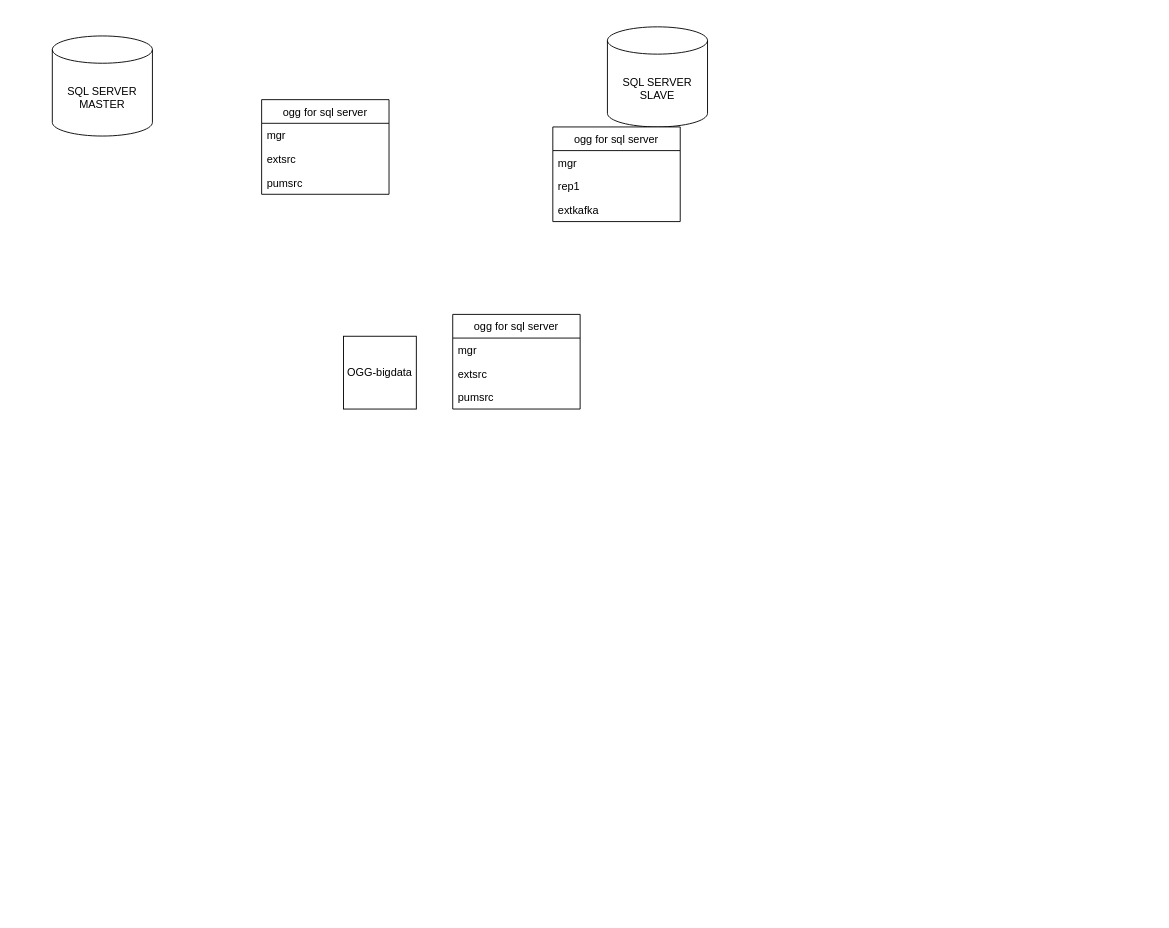
LeonRhapsody/draw.io keeps this draw.io diagram as Untitled Diagram.drawio. Above is the earlier version. Source tidied: cells renumbered, new cells numbered last; positions are measured from the earlier drawing's top-left corner, leaving out a move shared by most shapes. Both pictures are drawn from the tidied source at 91%, with x=0, y=0 at pixel (52, 26).
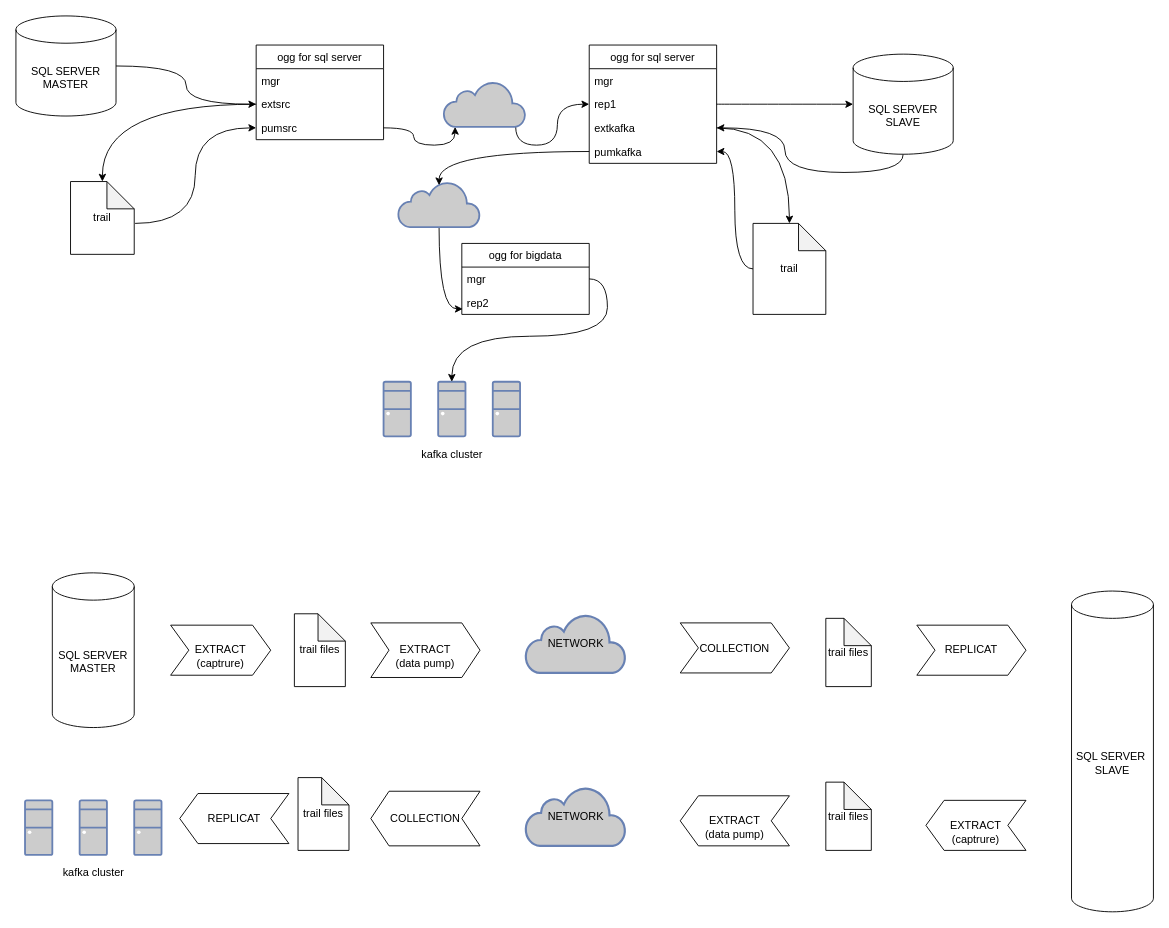
After the change.

The change refers to these unchanged cells:
```xml
<mxCell id="7" value="extsrc" style="text;strokeColor=none;fillColor=none;align=left;verticalAlign=top;spacingLeft=4;spacingRight=4;overflow=hidden;points=[[0,0.5],[1,0.5]];portConstraint=eastwest;" parent="5" vertex="1">
  <mxGeometry y="52" width="140" height="26" as="geometry" />
</mxCell>
<mxCell id="8" value="pumsrc" style="text;strokeColor=none;fillColor=none;align=left;verticalAlign=top;spacingLeft=4;spacingRight=4;overflow=hidden;points=[[0,0.5],[1,0.5]];portConstraint=eastwest;" parent="5" vertex="1">
  <mxGeometry y="78" width="140" height="26" as="geometry" />
</mxCell>
<mxCell id="11" value="rep1" style="text;strokeColor=none;fillColor=none;align=left;verticalAlign=top;spacingLeft=4;spacingRight=4;overflow=hidden;points=[[0,0.5],[1,0.5]];portConstraint=eastwest;" parent="9" vertex="1">
  <mxGeometry y="52" width="140" height="26" as="geometry" />
</mxCell>
<mxCell id="12" value="extkafka&#10;" style="text;strokeColor=none;fillColor=none;align=left;verticalAlign=top;spacingLeft=4;spacingRight=4;overflow=hidden;points=[[0,0.5],[1,0.5]];portConstraint=eastwest;" parent="9" vertex="1">
  <mxGeometry y="78" width="140" height="26" as="geometry" />
</mxCell>
<mxCell id="14" value="mgr" style="text;strokeColor=none;fillColor=none;align=left;verticalAlign=top;spacingLeft=4;spacingRight=4;overflow=hidden;points=[[0,0.5],[1,0.5]];portConstraint=eastwest;" parent="13" vertex="1">
  <mxGeometry y="26" width="140" height="26" as="geometry" />
</mxCell>
```

The edit, as a diff of the source:
```diff
@@
+    <mxCell id="17" style="edgeStyle=orthogonalEdgeStyle;curved=1;rounded=0;jettySize=auto;html=1;exitX=1;exitY=0.5;exitDx=0;exitDy=0;exitPerimeter=0;entryX=0;entryY=0.5;entryDx=0;entryDy=0;" parent="1" edge="1" source="2" target="7">
+      <mxGeometry relative="1" as="geometry" />
+    </mxCell>
     <mxCell id="2" value="&lt;span&gt;SQL SERVER MASTER&lt;/span&gt;" style="shape=cylinder3;whiteSpace=wrap;html=1;boundedLbl=1;backgroundOutline=1;size=15;" parent="1" vertex="1">
-      <mxGeometry y="10" width="110" height="110" as="geometry" />
+      <mxGeometry x="-40" y="-12" width="110" height="110" as="geometry" />
     </mxCell>
+    <mxCell id="18" style="edgeStyle=orthogonalEdgeStyle;curved=1;rounded=0;jettySize=auto;html=1;exitX=0.5;exitY=1;exitDx=0;exitDy=0;exitPerimeter=0;" parent="1" edge="1" source="3" target="12">
+      <mxGeometry relative="1" as="geometry" />
+    </mxCell>
     <mxCell id="3" value="&lt;span&gt;SQL SERVER SLAVE&lt;/span&gt;" style="shape=cylinder3;whiteSpace=wrap;html=1;boundedLbl=1;backgroundOutline=1;size=15;" parent="1" vertex="1">
-      <mxGeometry x="610" width="110" height="110" as="geometry" />
+      <mxGeometry x="880" y="30" width="110" height="110" as="geometry" />
     </mxCell>
-    <mxCell id="4" value="OGG-bigdata" style="whiteSpace=wrap;html=1;" parent="1" vertex="1">
-      <mxGeometry x="320" y="340" width="80" height="80" as="geometry" />
-    </mxCell>
     <mxCell id="5" value="ogg for sql server" style="swimlane;fontStyle=0;horizontal=1;startSize=26;" parent="1" vertex="1">
-      <mxGeometry x="230" y="80" width="140" height="104" as="geometry" />
+      <mxGeometry x="224" y="20" width="140" height="104" as="geometry" />
     </mxCell>
@@
     <mxCell id="9" value="ogg for sql server" style="swimlane;fontStyle=0;horizontal=1;startSize=26;" parent="1" vertex="1">
-      <mxGeometry x="550" y="110" width="140" height="104" as="geometry" />
+      <mxGeometry x="590" y="20" width="140" height="130" as="geometry" />
     </mxCell>
@@
+    <mxCell id="19" value="pumkafka" style="text;strokeColor=none;fillColor=none;align=left;verticalAlign=top;spacingLeft=4;spacingRight=4;overflow=hidden;points=[[0,0.5],[1,0.5]];portConstraint=eastwest;" parent="9" vertex="1">
+      <mxGeometry y="104" width="140" height="26" as="geometry" />
+    </mxCell>
-    <mxCell id="13" value="ogg for sql server" style="swimlane;fontStyle=0;horizontal=1;startSize=26;" parent="1" vertex="1">
-      <mxGeometry x="440" y="316" width="140" height="104" as="geometry" />
+    <mxCell id="13" value="ogg for bigdata" style="swimlane;fontStyle=0;horizontal=1;startSize=26;" parent="1" vertex="1">
+      <mxGeometry x="450" y="238" width="140" height="78" as="geometry" />
     </mxCell>
@@
-    <mxCell id="15" value="extsrc" style="text;strokeColor=none;fillColor=none;align=left;verticalAlign=top;spacingLeft=4;spacingRight=4;overflow=hidden;points=[[0,0.5],[1,0.5]];portConstraint=eastwest;" parent="13" vertex="1">
+    <mxCell id="15" value="rep2" style="text;strokeColor=none;fillColor=none;align=left;verticalAlign=top;spacingLeft=4;spacingRight=4;overflow=hidden;points=[[0,0.5],[1,0.5]];portConstraint=eastwest;" parent="13" vertex="1">
       <mxGeometry y="52" width="140" height="26" as="geometry" />
     </mxCell>
-    <mxCell id="16" value="pumsrc" style="text;strokeColor=none;fillColor=none;align=left;verticalAlign=top;spacingLeft=4;spacingRight=4;overflow=hidden;" parent="13" vertex="1">
-      <mxGeometry y="78" width="140" height="26" as="geometry" />
-    </mxCell>
+    <mxCell id="20" style="edgeStyle=orthogonalEdgeStyle;curved=1;rounded=0;jettySize=auto;html=1;exitX=1.014;exitY=0.575;exitDx=0;exitDy=0;exitPerimeter=0;entryX=0;entryY=0.5;entryDx=0;entryDy=0;" parent="1" edge="1" source="21" target="8">
+      <mxGeometry relative="1" as="geometry" />
+    </mxCell>
+    <mxCell id="21" value="trail" style="shape=note;whiteSpace=wrap;html=1;backgroundOutline=1;darkOpacity=0.05;" parent="1" vertex="1">
+      <mxGeometry x="20" y="170" width="70" height="80" as="geometry" />
+    </mxCell>
+    <mxCell id="22" style="edgeStyle=orthogonalEdgeStyle;curved=1;rounded=0;jettySize=auto;html=1;exitX=0;exitY=0.5;exitDx=0;exitDy=0;" parent="1" edge="1" source="7" target="21">
+      <mxGeometry relative="1" as="geometry" />
+    </mxCell>
+    <mxCell id="23" style="edgeStyle=orthogonalEdgeStyle;curved=1;rounded=0;jettySize=auto;html=1;exitX=0.88;exitY=1;exitDx=0;exitDy=0;exitPerimeter=0;entryX=0;entryY=0.5;entryDx=0;entryDy=0;" parent="1" edge="1" source="24" target="9">
+      <mxGeometry relative="1" as="geometry" />
+    </mxCell>
+    <mxCell id="24" style="html=1;outlineConnect=0;fillColor=#CCCCCC;strokeColor=#6881B3;gradientColor=none;gradientDirection=north;strokeWidth=2;shape=mxgraph.networks.cloud;fontColor=#ffffff;" parent="1" vertex="1">
+      <mxGeometry x="430" y="60" width="90" height="50" as="geometry" />
+    </mxCell>
+    <mxCell id="25" style="edgeStyle=orthogonalEdgeStyle;curved=1;rounded=0;jettySize=auto;html=1;exitX=1;exitY=0.5;exitDx=0;exitDy=0;entryX=0.14;entryY=1;entryDx=0;entryDy=0;entryPerimeter=0;" parent="1" edge="1" source="8" target="24">
+      <mxGeometry relative="1" as="geometry" />
+    </mxCell>
+    <mxCell id="26" style="edgeStyle=orthogonalEdgeStyle;curved=1;rounded=0;jettySize=auto;html=1;exitX=1;exitY=0.5;exitDx=0;exitDy=0;" parent="1" edge="1" source="11" target="3">
+      <mxGeometry relative="1" as="geometry" />
+    </mxCell>
+    <mxCell id="27" style="edgeStyle=orthogonalEdgeStyle;curved=1;rounded=0;jettySize=auto;html=1;exitX=1;exitY=0.5;exitDx=0;exitDy=0;" parent="1" edge="1" source="12" target="29">
+      <mxGeometry relative="1" as="geometry" />
+    </mxCell>
+    <mxCell id="28" style="edgeStyle=orthogonalEdgeStyle;curved=1;rounded=0;jettySize=auto;html=1;exitX=0;exitY=0.5;exitDx=0;exitDy=0;exitPerimeter=0;entryX=1;entryY=0.5;entryDx=0;entryDy=0;" parent="1" edge="1" source="29" target="19">
+      <mxGeometry relative="1" as="geometry" />
+    </mxCell>
+    <mxCell id="29" value="trail" style="shape=note;whiteSpace=wrap;html=1;backgroundOutline=1;darkOpacity=0.05;" parent="1" vertex="1">
+      <mxGeometry x="770" y="216" width="80" height="100" as="geometry" />
+    </mxCell>
+    <mxCell id="30" style="edgeStyle=orthogonalEdgeStyle;curved=1;rounded=0;jettySize=auto;html=1;exitX=0.5;exitY=1;exitDx=0;exitDy=0;exitPerimeter=0;entryX=0.007;entryY=0.769;entryDx=0;entryDy=0;entryPerimeter=0;" parent="1" edge="1" source="31" target="15">
+      <mxGeometry relative="1" as="geometry" />
+    </mxCell>
+    <mxCell id="31" style="html=1;outlineConnect=0;fillColor=#CCCCCC;strokeColor=#6881B3;gradientColor=none;gradientDirection=north;strokeWidth=2;shape=mxgraph.networks.cloud;fontColor=#ffffff;" parent="1" vertex="1">
+      <mxGeometry x="380" y="170" width="90" height="50" as="geometry" />
+    </mxCell>
+    <mxCell id="32" style="edgeStyle=orthogonalEdgeStyle;curved=1;rounded=0;jettySize=auto;html=1;exitX=0;exitY=0.5;exitDx=0;exitDy=0;entryX=0.5;entryY=0.08;entryDx=0;entryDy=0;entryPerimeter=0;" parent="1" edge="1" source="19" target="31">
+      <mxGeometry relative="1" as="geometry" />
+    </mxCell>
+    <mxCell id="33" style="group;" parent="1" vertex="1">
+      <mxGeometry x="364" y="390" width="150" height="90" as="geometry" />
+    </mxCell>
+    <mxCell id="34" style="fontColor=#0066CC;verticalAlign=top;verticalLabelPosition=bottom;labelPosition=center;align=center;html=1;fillColor=#CCCCCC;strokeColor=#6881B3;gradientColor=none;gradientDirection=north;strokeWidth=2;shape=mxgraph.networks.desktop_pc;" parent="33" vertex="1">
+      <mxGeometry width="30" height="60" as="geometry" />
+    </mxCell>
+    <mxCell id="35" style="fontColor=#0066CC;verticalAlign=top;verticalLabelPosition=bottom;labelPosition=center;align=center;html=1;outlineConnect=0;fillColor=#CCCCCC;strokeColor=#6881B3;gradientColor=none;gradientDirection=north;strokeWidth=2;shape=mxgraph.networks.desktop_pc;" parent="33" vertex="1">
+      <mxGeometry x="60" width="30" height="60" as="geometry" />
+    </mxCell>
+    <mxCell id="36" style="fontColor=#0066CC;verticalAlign=top;verticalLabelPosition=bottom;labelPosition=center;align=center;html=1;fillColor=#CCCCCC;strokeColor=#6881B3;gradientColor=none;gradientDirection=north;strokeWidth=2;shape=mxgraph.networks.desktop_pc;" parent="33" vertex="1">
+      <mxGeometry x="120" width="30" height="60" as="geometry" />
+    </mxCell>
+    <mxCell id="37" value="kafka cluster" style="text;html=1;align=center;verticalAlign=middle;strokeColor=none;" parent="33" vertex="1">
+      <mxGeometry x="35" y="70" width="80" height="20" as="geometry" />
+    </mxCell>
+    <mxCell id="38" style="edgeStyle=orthogonalEdgeStyle;curved=1;rounded=0;jettySize=auto;html=1;exitX=1;exitY=0.5;exitDx=0;exitDy=0;entryX=0.5;entryY=0;entryDx=0;entryDy=0;entryPerimeter=0;" parent="1" edge="1" source="14" target="35">
+      <mxGeometry relative="1" as="geometry" />
+    </mxCell>
+    <mxCell id="39" value="&lt;span&gt;SQL SERVER MASTER&lt;/span&gt;" style="shape=cylinder3;whiteSpace=wrap;html=1;boundedLbl=1;backgroundOutline=1;size=15;" parent="1" vertex="1">
+      <mxGeometry y="600" width="90" height="170" as="geometry" />
+    </mxCell>
+    <mxCell id="40" value="&lt;br&gt;EXTRACT&lt;br&gt;(captrure)" style="shape=step;perimeter=stepPerimeter;whiteSpace=wrap;html=1;fixedSize=1;" parent="1" vertex="1">
+      <mxGeometry x="130" y="657.5" width="110" height="55" as="geometry" />
+    </mxCell>
+    <mxCell id="41" value="trail files" style="shape=note;whiteSpace=wrap;html=1;backgroundOutline=1;darkOpacity=0.05;" parent="1" vertex="1">
+      <mxGeometry x="266" y="645" width="56" height="80" as="geometry" />
+    </mxCell>
+    <mxCell id="42" value="&lt;br&gt;EXTRACT&lt;br&gt;(data pump)" style="shape=step;perimeter=stepPerimeter;whiteSpace=wrap;html=1;fixedSize=1;" parent="1" vertex="1">
+      <mxGeometry x="350" y="655" width="120" height="60" as="geometry" />
+    </mxCell>
+    <mxCell id="43" value="&lt;font color=&quot;#000000&quot;&gt;NETWORK&lt;/font&gt;" style="html=1;fillColor=#CCCCCC;strokeColor=#6881B3;gradientColor=none;gradientDirection=north;strokeWidth=2;shape=mxgraph.networks.cloud;fontColor=#ffffff;" parent="1" vertex="1">
+      <mxGeometry x="520" y="645" width="110" height="65" as="geometry" />
+    </mxCell>
+    <mxCell id="44" value="COLLECTION" style="shape=step;perimeter=stepPerimeter;whiteSpace=wrap;html=1;fixedSize=1;" parent="1" vertex="1">
+      <mxGeometry x="690" y="655" width="120" height="55" as="geometry" />
+    </mxCell>
+    <mxCell id="45" value="trail files" style="shape=note;whiteSpace=wrap;html=1;backgroundOutline=1;darkOpacity=0.05;" parent="1" vertex="1">
+      <mxGeometry x="850" y="650" width="50" height="75" as="geometry" />
+    </mxCell>
+    <mxCell id="46" value="REPLICAT" style="shape=step;perimeter=stepPerimeter;whiteSpace=wrap;html=1;fixedSize=1;" parent="1" vertex="1">
+      <mxGeometry x="950" y="657.5" width="120" height="55" as="geometry" />
+    </mxCell>
+    <mxCell id="47" value="&lt;span&gt;SQL SERVER&amp;nbsp;&lt;br&gt;SLAVE&lt;br&gt;&lt;/span&gt;" style="shape=cylinder3;whiteSpace=wrap;html=1;boundedLbl=1;backgroundOutline=1;size=15;" parent="1" vertex="1">
+      <mxGeometry x="1120" y="620" width="90" height="352.5" as="geometry" />
+    </mxCell>
+    <mxCell id="48" value="&lt;br&gt;EXTRACT&lt;br&gt;(captrure)" style="shape=step;perimeter=stepPerimeter;whiteSpace=wrap;html=1;fixedSize=1;direction=west;" parent="1" vertex="1">
+      <mxGeometry x="960" y="850" width="110" height="55" as="geometry" />
+    </mxCell>
+    <mxCell id="49" value="trail files" style="shape=note;whiteSpace=wrap;html=1;backgroundOutline=1;darkOpacity=0.05;" parent="1" vertex="1">
+      <mxGeometry x="270" y="825" width="56" height="80" as="geometry" />
+    </mxCell>
+    <mxCell id="50" value="COLLECTION" style="shape=step;perimeter=stepPerimeter;whiteSpace=wrap;html=1;fixedSize=1;direction=west;" parent="1" vertex="1">
+      <mxGeometry x="350" y="840" width="120" height="60" as="geometry" />
+    </mxCell>
+    <mxCell id="51" value="&lt;font color=&quot;#000000&quot;&gt;NETWORK&lt;/font&gt;" style="html=1;fillColor=#CCCCCC;strokeColor=#6881B3;gradientColor=none;gradientDirection=north;strokeWidth=2;shape=mxgraph.networks.cloud;fontColor=#ffffff;" parent="1" vertex="1">
+      <mxGeometry x="520" y="835" width="110" height="65" as="geometry" />
+    </mxCell>
+    <mxCell id="52" value="&lt;br&gt;EXTRACT&lt;br&gt;(data pump)" style="shape=step;perimeter=stepPerimeter;whiteSpace=wrap;html=1;fixedSize=1;direction=west;" parent="1" vertex="1">
+      <mxGeometry x="690" y="845" width="120" height="55" as="geometry" />
+    </mxCell>
+    <mxCell id="53" value="trail files" style="shape=note;whiteSpace=wrap;html=1;backgroundOutline=1;darkOpacity=0.05;" parent="1" vertex="1">
+      <mxGeometry x="850" y="830" width="50" height="75" as="geometry" />
+    </mxCell>
+    <mxCell id="54" value="REPLICAT" style="shape=step;perimeter=stepPerimeter;whiteSpace=wrap;html=1;fixedSize=1;direction=west;" parent="1" vertex="1">
+      <mxGeometry x="140" y="842.5" width="120" height="55" as="geometry" />
+    </mxCell>
+    <mxCell id="55" style="group;" parent="1" vertex="1">
+      <mxGeometry x="-30" y="850" width="150" height="90" as="geometry" />
+    </mxCell>
+    <mxCell id="56" style="fontColor=#0066CC;verticalAlign=top;verticalLabelPosition=bottom;labelPosition=center;align=center;html=1;fillColor=#CCCCCC;strokeColor=#6881B3;gradientColor=none;gradientDirection=north;strokeWidth=2;shape=mxgraph.networks.desktop_pc;" parent="55" vertex="1">
+      <mxGeometry width="30" height="60" as="geometry" />
+    </mxCell>
+    <mxCell id="57" style="fontColor=#0066CC;verticalAlign=top;verticalLabelPosition=bottom;labelPosition=center;align=center;html=1;fillColor=#CCCCCC;strokeColor=#6881B3;gradientColor=none;gradientDirection=north;strokeWidth=2;shape=mxgraph.networks.desktop_pc;" parent="55" vertex="1">
+      <mxGeometry x="60" width="30" height="60" as="geometry" />
+    </mxCell>
+    <mxCell id="58" style="fontColor=#0066CC;verticalAlign=top;verticalLabelPosition=bottom;labelPosition=center;align=center;html=1;fillColor=#CCCCCC;strokeColor=#6881B3;gradientColor=none;gradientDirection=north;strokeWidth=2;shape=mxgraph.networks.desktop_pc;" parent="55" vertex="1">
+      <mxGeometry x="120" width="30" height="60" as="geometry" />
+    </mxCell>
+    <mxCell id="59" value="kafka cluster" style="text;html=1;align=center;verticalAlign=middle;strokeColor=none;" parent="55" vertex="1">
+      <mxGeometry x="35" y="70" width="80" height="20" as="geometry" />
+    </mxCell>
```
